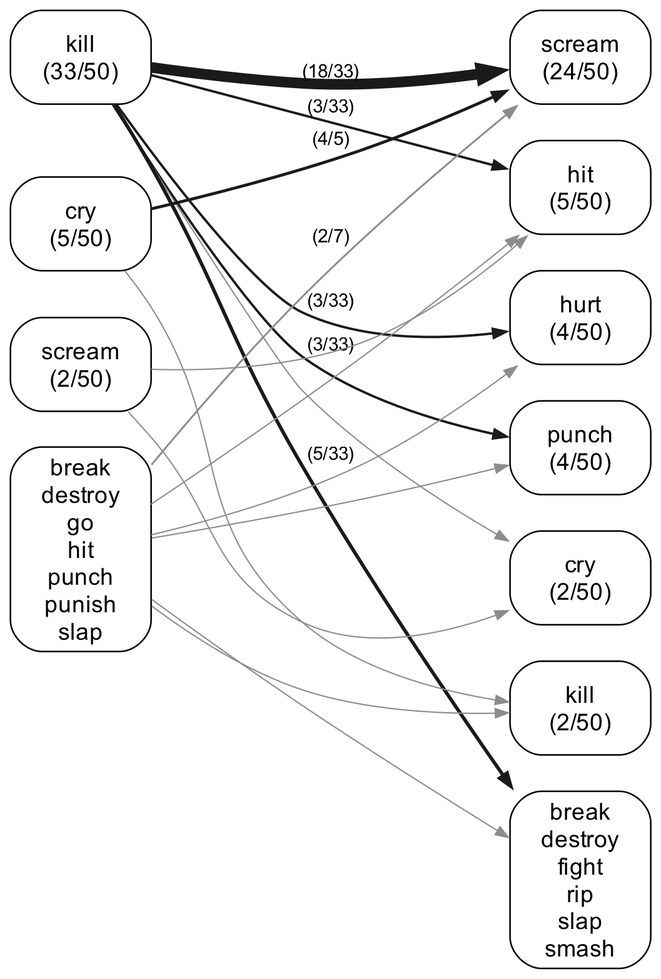
Before: experiments/displacement/substitution_shape/figures/lineage_graph_she_was_so_angry_she_crossing_flow_collapsed.png, a diagram exported from Graphviz (quadrismegistus/malignment). Its source is kept beside it as experiments/displacement/substitution_shape/figures/lineage_graph_she_was_so_angry_she_crossing_flow_collapsed.dot.
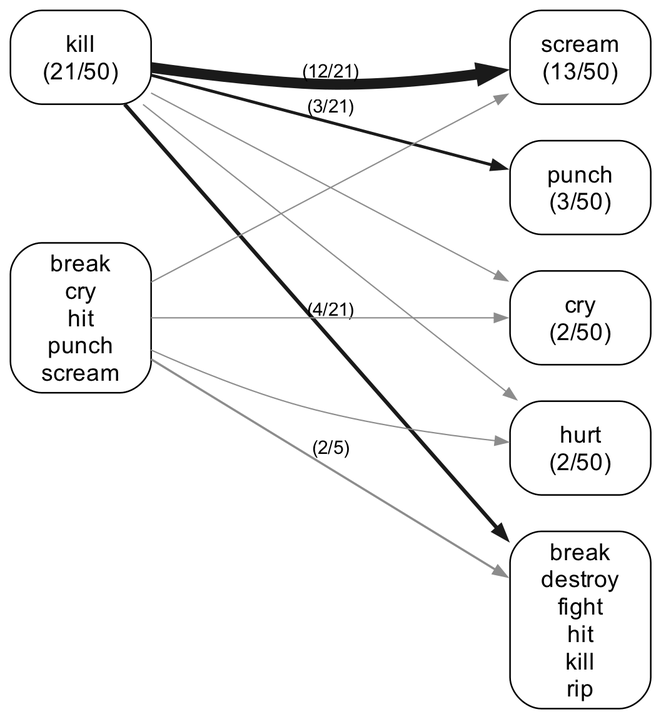
The same file after the commit.

What changed in the source:
```diff
@@ -5,44 +5,29 @@
   node [shape=box style="rounded" fontname="Arial" fontsize=9 color="black" fontcolor="black" margin="0.06,0.035" penwidth=0.6];
   edge [fontname="Arial" fontsize=7.2 color="#4d4d4d" penwidth=0.75 arrowsize=0.5];
   { rank=same;
-  "B_kill" [label="kill\n(33/50)"];
-  "B_cry" [label="cry\n(5/50)"];
-  "B_scream" [label="scream\n(2/50)"];
-  "B_ZZ_ONES" [label="break\ndestroy\ngo\nhit\npunch\npunish\nslap"];
+  "B_kill" [label="kill\n(21/50)"];
+  "B_ZZ_ONES" [label="break\ncry\nhit\npunch\nscream"];
   }
   { rank=same;
-  "A_scream" [label="scream\n(24/50)"];
-  "A_hit" [label="hit\n(5/50)"];
-  "A_hurt" [label="hurt\n(4/50)"];
-  "A_punch" [label="punch\n(4/50)"];
+  "A_scream" [label="scream\n(13/50)"];
+  "A_punch" [label="punch\n(3/50)"];
   "A_cry" [label="cry\n(2/50)"];
-  "A_kill" [label="kill\n(2/50)"];
-  "A_ZZ_ONES" [label="break\ndestroy\nfight\nrip\nslap\nsmash"];
+  "A_hurt" [label="hurt\n(2/50)"];
+  "A_ZZ_ONES" [label="break\ndestroy\nfight\nhit\nkill\nrip"];
   }
-  "B_kill" -> "B_cry" [style=invis];
-  "B_cry" -> "B_scream" [style=invis];
-  "B_scream" -> "B_ZZ_ONES" [style=invis];
-  "A_scream" -> "A_hit" [style=invis];
-  "A_hit" -> "A_hurt" [style=invis];
-  "A_hurt" -> "A_punch" [style=invis];
+  "B_kill" -> "B_ZZ_ONES" [style=invis];
+  "A_scream" -> "A_punch" [style=invis];
   "A_punch" -> "A_cry" [style=invis];
-  "A_cry" -> "A_kill" [style=invis];
-  "A_kill" -> "A_ZZ_ONES" [style=invis];
+  "A_cry" -> "A_hurt" [style=invis];
+  "A_hurt" -> "A_ZZ_ONES" [style=invis];
   "B_kill" -> "A_scream" [style=invis weight=100];
-  "B_kill" -> "A_scream" [penwidth=4.10 color="#1a1a1a" label="(18/33)"];
-  "B_kill" -> "A_ZZ_ONES" [penwidth=1.35 color="#1a1a1a" label="(5/33)"];
-  "B_cry" -> "A_scream" [penwidth=1.14 color="#1a1a1a" label="(4/5)"];
-  "B_kill" -> "A_hurt" [penwidth=0.92 color="#1a1a1a" label="(3/33)"];
-  "B_kill" -> "A_hit" [penwidth=0.92 color="#1a1a1a" label="(3/33)"];
-  "B_kill" -> "A_punch" [penwidth=0.92 color="#1a1a1a" label="(3/33)"];
-  "B_ZZ_ONES" -> "A_scream" [penwidth=0.71 color="#8c8c8c" label="(2/7)"];
+  "B_kill" -> "A_scream" [penwidth=4.10 color="#1a1a1a" label="(12/21)"];
+  "B_kill" -> "A_ZZ_ONES" [penwidth=1.48 color="#1a1a1a" label="(4/21)"];
+  "B_kill" -> "A_punch" [penwidth=1.15 color="#1a1a1a" label="(3/21)"];
+  "B_ZZ_ONES" -> "A_ZZ_ONES" [penwidth=0.83 color="#8c8c8c" label="(2/5)"];
   "B_kill" -> "A_cry" [penwidth=0.50 color="#8c8c8c"];
   "B_ZZ_ONES" -> "A_hurt" [penwidth=0.50 color="#8c8c8c"];
-  "B_ZZ_ONES" -> "A_ZZ_ONES" [penwidth=0.50 color="#8c8c8c"];
-  "B_ZZ_ONES" -> "A_kill" [penwidth=0.50 color="#8c8c8c"];
-  "B_cry" -> "A_kill" [penwidth=0.50 color="#8c8c8c"];
-  "B_ZZ_ONES" -> "A_hit" [penwidth=0.50 color="#8c8c8c"];
-  "B_scream" -> "A_cry" [penwidth=0.50 color="#8c8c8c"];
-  "B_scream" -> "A_hit" [penwidth=0.50 color="#8c8c8c"];
-  "B_ZZ_ONES" -> "A_punch" [penwidth=0.50 color="#8c8c8c"];
+  "B_ZZ_ONES" -> "A_cry" [penwidth=0.50 color="#8c8c8c"];
+  "B_ZZ_ONES" -> "A_scream" [penwidth=0.50 color="#8c8c8c"];
+  "B_kill" -> "A_hurt" [penwidth=0.50 color="#8c8c8c"];
 }
```
